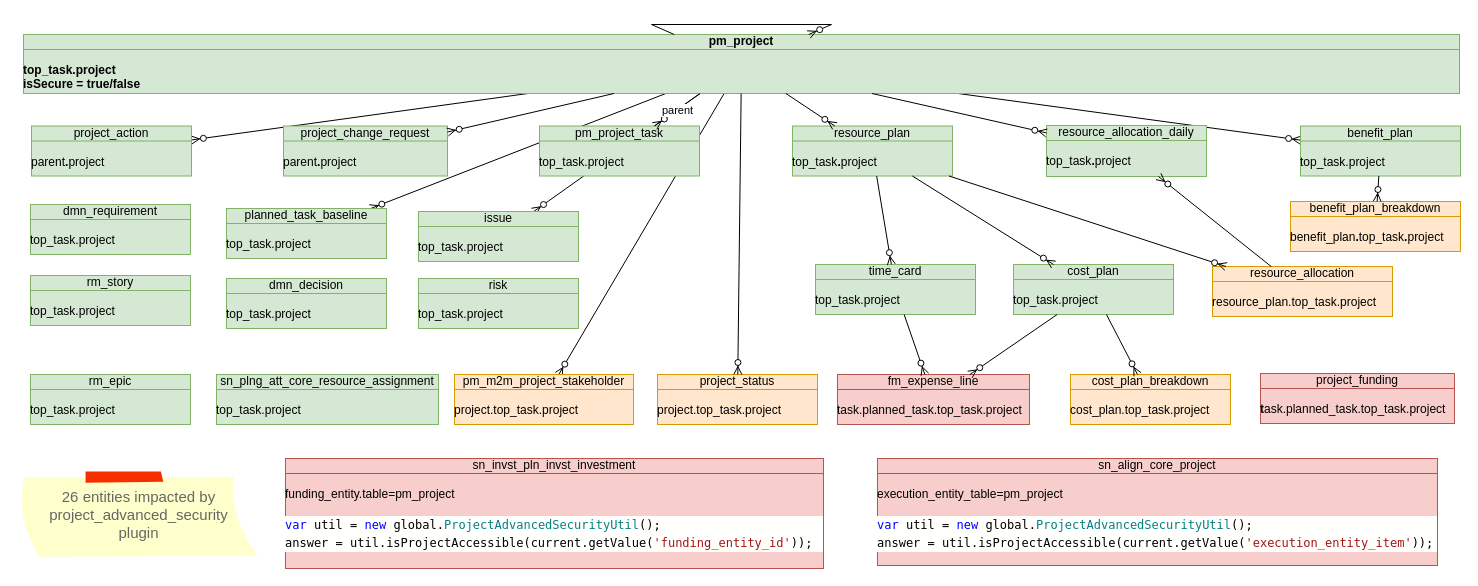
Earlier version of the draw.io diagram page "plugin" (15 of 20) of Sar.drawio (algimas/tmp). Source tidied: cells renumbered, new cells numbered last; positions are measured from the earlier drawing's top-left corner, leaving out a move shared by most shapes. Both pictures are drawn from the tidied source at 100%, with x=0, y=0 at pixel (17, 24).
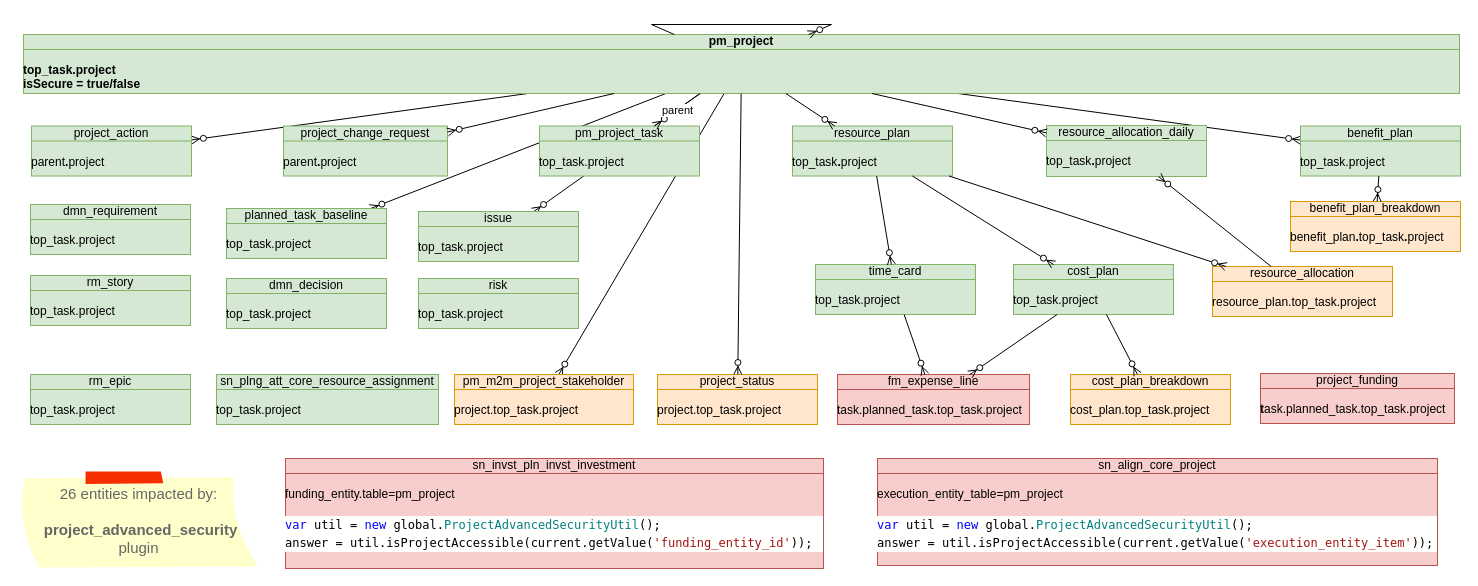
The same diagram, later.

Change to the diagram source:
```diff
@@
-    <mxCell id="45" value="&lt;div&gt;26 entities impacted by project_advanced_security&lt;/div&gt;plugin" style="strokeWidth=1;shadow=0;dashed=0;align=center;html=1;shape=mxgraph.mockup.text.stickyNote2;fontColor=#666666;mainText=;fontSize=15;whiteSpace=wrap;fillColor=#ffffcc;strokeColor=#F62E00;" parent="1" vertex="1">
-      <mxGeometry y="447" width="243" height="86" as="geometry" />
+    <mxCell id="45" value="&lt;div&gt;26 entities impacted by:&lt;/div&gt;&lt;div&gt;&lt;br&gt;&lt;/div&gt;&lt;div&gt;&amp;nbsp;&lt;b&gt;project_advanced_security&lt;/b&gt;&lt;/div&gt;&lt;div&gt;plugin&lt;/div&gt;" style="strokeWidth=1;shadow=0;dashed=0;align=center;html=1;shape=mxgraph.mockup.text.stickyNote2;fontColor=#666666;mainText=;fontSize=15;whiteSpace=wrap;fillColor=#ffffcc;strokeColor=#F62E00;" parent="1" vertex="1">
+      <mxGeometry y="447" width="243" height="97" as="geometry" />
     </mxCell>
```
